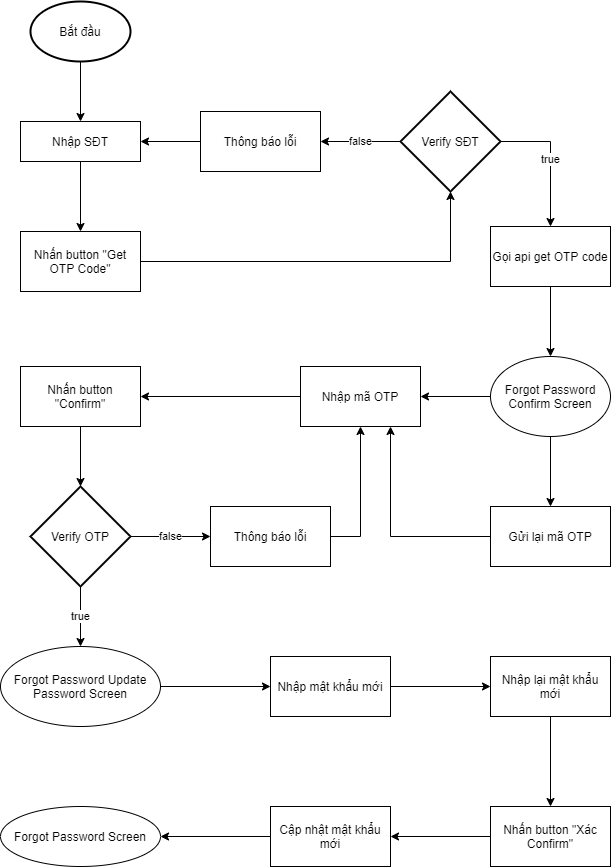
Alars99/diagram keeps this draw.io diagram as ForgotPassword.png. Above is the earlier version. Source tidied: cells renumbered, new cells last; positions are measured from the earlier drawing's top-left corner, leaving out a move shared by most shapes.
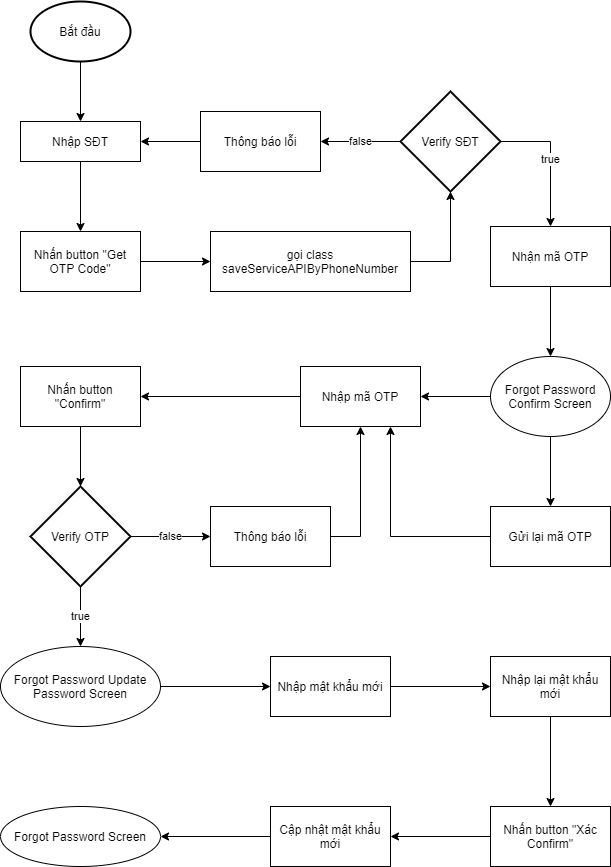
After the change.

Change to the diagram source:
```diff
@@ -8,17 +8,17 @@
     <mxCell id="3" value="Nhập SĐT" style="rounded=0;whiteSpace=wrap;html=1;fontSize=12;glass=0;strokeWidth=1;shadow=0;" parent="1" vertex="1">
       <mxGeometry x="20" y="120" width="120" height="40" as="geometry" />
     </mxCell>
-    <mxCell id="4" value="Yes" style="rounded=0;html=1;jettySize=auto;fontSize=11;endArrow=block;endFill=0;endSize=8;strokeWidth=1;shadow=0;labelBackgroundColor=none;edgeStyle=orthogonalEdgeStyle;" parent="1" edge="1" target="x">
+    <mxCell id="4" value="Yes" style="rounded=0;html=1;jettySize=auto;orthogonalLoop=1;fontSize=11;endArrow=block;endFill=0;endSize=8;strokeWidth=1;shadow=0;labelBackgroundColor=none;edgeStyle=orthogonalEdgeStyle;" parent="1" edge="1">
       <mxGeometry y="20" relative="1" as="geometry">
         <mxPoint x="150" y="330" as="sourcePoint" />
       </mxGeometry>
     </mxCell>
-    <mxCell id="5" value="No" style="edgeStyle=orthogonalEdgeStyle;rounded=0;html=1;jettySize=auto;fontSize=11;endArrow=block;endFill=0;endSize=8;strokeWidth=1;shadow=0;labelBackgroundColor=none;" parent="1" edge="1" target="x">
+    <mxCell id="5" value="No" style="edgeStyle=orthogonalEdgeStyle;rounded=0;html=1;jettySize=auto;orthogonalLoop=1;fontSize=11;endArrow=block;endFill=0;endSize=8;strokeWidth=1;shadow=0;labelBackgroundColor=none;" parent="1" edge="1">
       <mxGeometry y="10" relative="1" as="geometry">
         <mxPoint x="200" y="290" as="sourcePoint" />
       </mxGeometry>
     </mxCell>
-    <mxCell id="6" value="Yes" style="edgeStyle=orthogonalEdgeStyle;rounded=0;html=1;jettySize=auto;fontSize=11;endArrow=block;endFill=0;endSize=8;strokeWidth=1;shadow=0;labelBackgroundColor=none;" parent="1" edge="1" source="x">
+    <mxCell id="6" value="Yes" style="edgeStyle=orthogonalEdgeStyle;rounded=0;html=1;jettySize=auto;orthogonalLoop=1;fontSize=11;endArrow=block;endFill=0;endSize=8;strokeWidth=1;shadow=0;labelBackgroundColor=none;" parent="1" edge="1">
       <mxGeometry y="10" relative="1" as="geometry">
         <mxPoint x="250" y="410" as="targetPoint" />
       </mxGeometry>
@@ -29,9 +29,9 @@
     <mxCell id="8" value="Bắt đầu" style="strokeWidth=2;html=1;shape=mxgraph.flowchart.start_1;whiteSpace=wrap;" parent="1" vertex="1">
       <mxGeometry x="30" width="100" height="60" as="geometry" />
     </mxCell>
-    <mxCell id="9" style="edgeStyle=orthogonalEdgeStyle;rounded=0;jettySize=auto;html=1;" parent="1" edge="1" source="10" target="13">
-      <mxGeometry relative="1" as="geometry" />
-    </mxCell>
+    <mxCell id="43" style="edgeStyle=orthogonalEdgeStyle;rounded=0;jettySize=auto;html=1;" parent="1" edge="1" source="10" target="45">
+      <mxGeometry relative="1" as="geometry" />
+    </mxCell>
     <mxCell id="10" value="Nhấn button &quot;Get OTP Code&quot;" style="rounded=0;whiteSpace=wrap;html=1;" parent="1" vertex="1">
       <mxGeometry x="20" y="230" width="120" height="60" as="geometry" />
     </mxCell>
@@ -51,7 +51,7 @@
     <mxCell id="14" style="edgeStyle=orthogonalEdgeStyle;rounded=0;jettySize=auto;html=1;" parent="1" edge="1" source="15" target="18">
       <mxGeometry relative="1" as="geometry" />
     </mxCell>
-    <mxCell id="15" value="Gọi api get OTP code" style="rounded=0;whiteSpace=wrap;html=1;" parent="1" vertex="1">
+    <mxCell id="15" value="Nhận mã OTP" style="rounded=0;whiteSpace=wrap;html=1;" parent="1" vertex="1">
       <mxGeometry x="490" y="225" width="120" height="60" as="geometry" />
     </mxCell>
     <mxCell id="16" style="edgeStyle=orthogonalEdgeStyle;rounded=0;jettySize=auto;html=1;" parent="1" edge="1" source="18" target="20">
@@ -143,5 +143,15 @@
     <mxCell id="42" value="Forgot Password Screen" style="ellipse;whiteSpace=wrap;html=1;rounded=0;" parent="1" vertex="1">
       <mxGeometry y="805" width="160" height="60" as="geometry" />
     </mxCell>
+    <mxCell id="44" style="edgeStyle=orthogonalEdgeStyle;rounded=0;jettySize=auto;html=1;" parent="1" edge="1" source="45" target="13">
+      <mxGeometry relative="1" as="geometry">
+        <Array as="points">
+          <mxPoint x="450" y="260" />
+        </Array>
+      </mxGeometry>
+    </mxCell>
+    <mxCell id="45" value="gọi class saveServiceAPIByPhoneNumber" style="rounded=0;whiteSpace=wrap;html=1;" parent="1" vertex="1">
+      <mxGeometry x="210" y="230" width="200" height="60" as="geometry" />
+    </mxCell>
   </root>
 </mxGraphModel>
```
